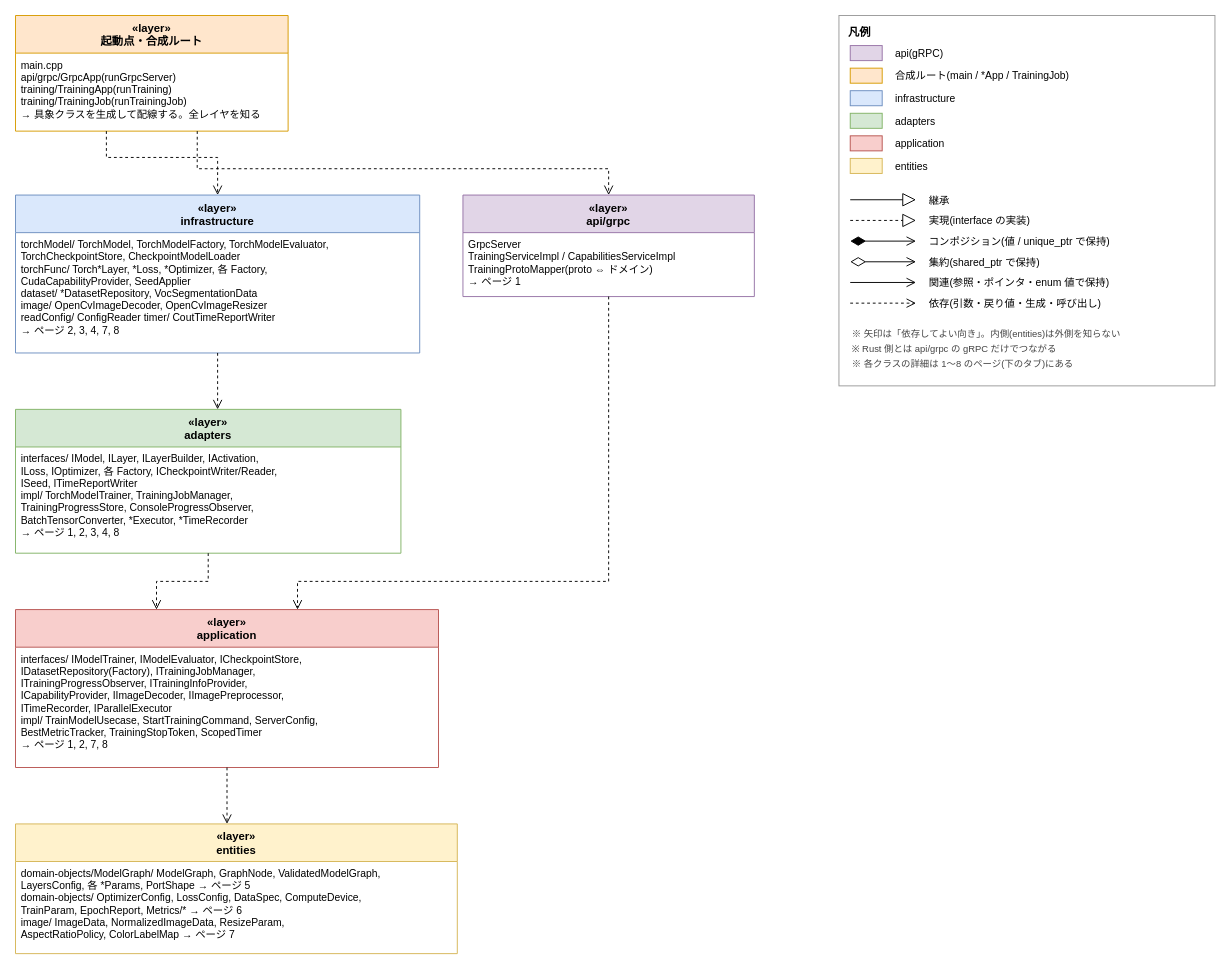
Above: page "0. 全体像(レイヤ)" (1 of 9) of apps/backend/ai-engine/docs/class-diagram.drawio in di-go11/dl-node-editor (draw.io), before the change. Source tidied: cells renumbered, new cells numbered last; positions are measured from the earlier drawing's top-left corner, leaving out a move shared by most shapes. Both pictures are drawn from the tidied source at 94%, with x=0, y=0 at pixel (15, 15).
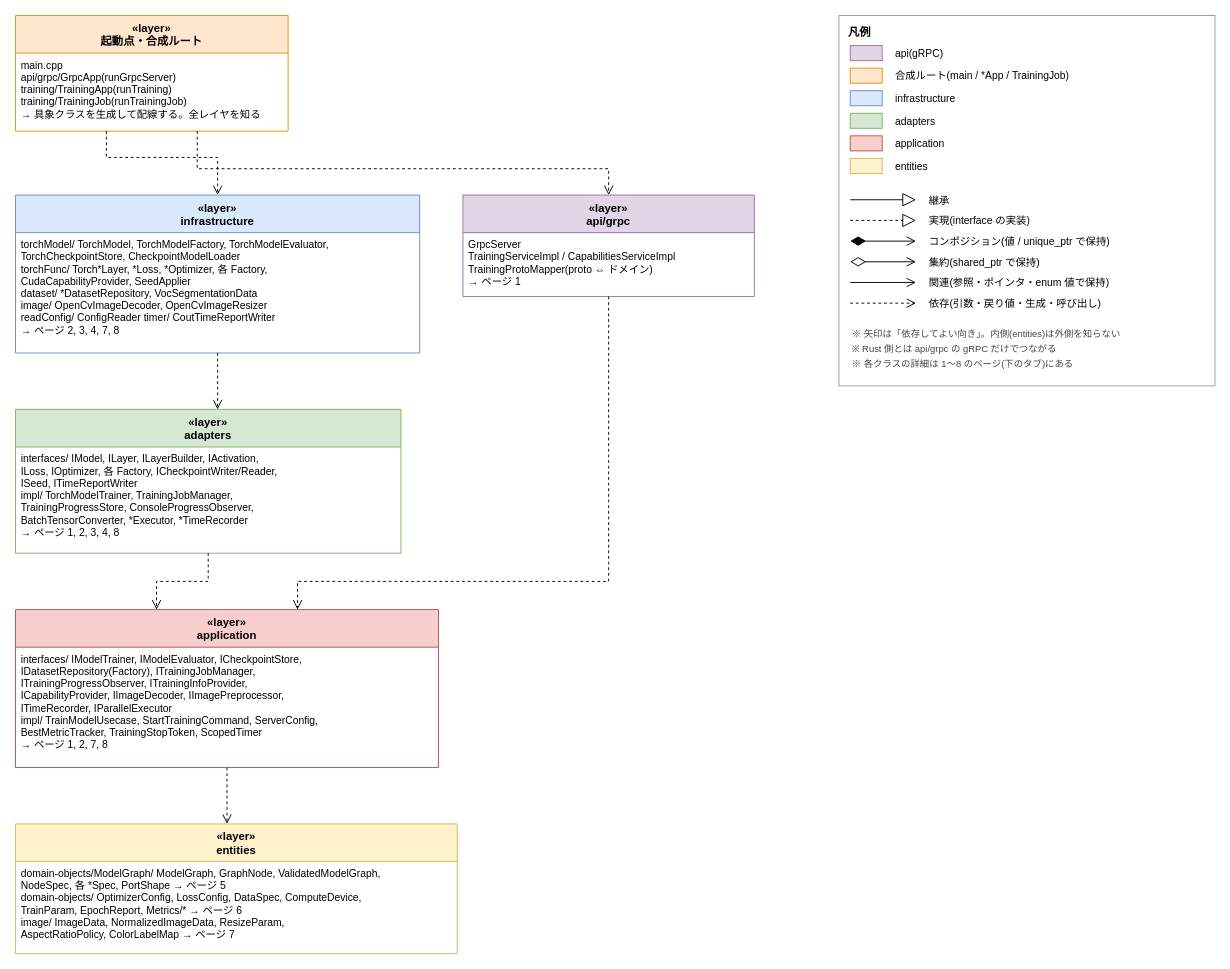
The same diagram, later.

Unchanged cells that the change refers to:
```xml
<mxCell id="12" value="«layer»&#10;entities" style="swimlane;fontStyle=1;fontSize=12;align=center;verticalAlign=top;horizontal=1;startSize=40;html=0;fillColor=#FFF2CC;strokeColor=#D6B656;swimlaneFillColor=#FFFFFF;" parent="1" vertex="1">
  <mxGeometry y="860" width="470" height="138" as="geometry" />
</mxCell>
```

The edit, as a diff of the source:
```diff
@@
-    <mxCell id="13" value="domain-objects/ModelGraph/  ModelGraph, GraphNode, ValidatedModelGraph,&#10;      LayersConfig, 各 *Params, PortShape   → ページ 5&#10;domain-objects/  OptimizerConfig, LossConfig, DataSpec, ComputeDevice,&#10;      TrainParam, EpochReport, Metrics/*   → ページ 6&#10;image/  ImageData, NormalizedImageData, ResizeParam,&#10;      AspectRatioPolicy, ColorLabelMap   → ページ 7" style="text;strokeColor=none;fillColor=none;align=left;verticalAlign=top;spacingLeft=4;spacingRight=4;spacingTop=0;overflow=hidden;html=0;fontSize=11;" parent="12" vertex="1">
+    <mxCell id="13" value="domain-objects/ModelGraph/  ModelGraph, GraphNode, ValidatedModelGraph,&#10;      NodeSpec, 各 *Spec, PortShape   → ページ 5&#10;domain-objects/  OptimizerConfig, LossConfig, DataSpec, ComputeDevice,&#10;      TrainParam, EpochReport, Metrics/*   → ページ 6&#10;image/  ImageData, NormalizedImageData, ResizeParam,&#10;      AspectRatioPolicy, ColorLabelMap   → ページ 7" style="text;strokeColor=none;fillColor=none;align=left;verticalAlign=top;spacingLeft=4;spacingRight=4;spacingTop=0;overflow=hidden;html=0;fontSize=11;" parent="12" vertex="1">
       <mxGeometry y="40" width="470" height="98" as="geometry" />
     </mxCell>
```
